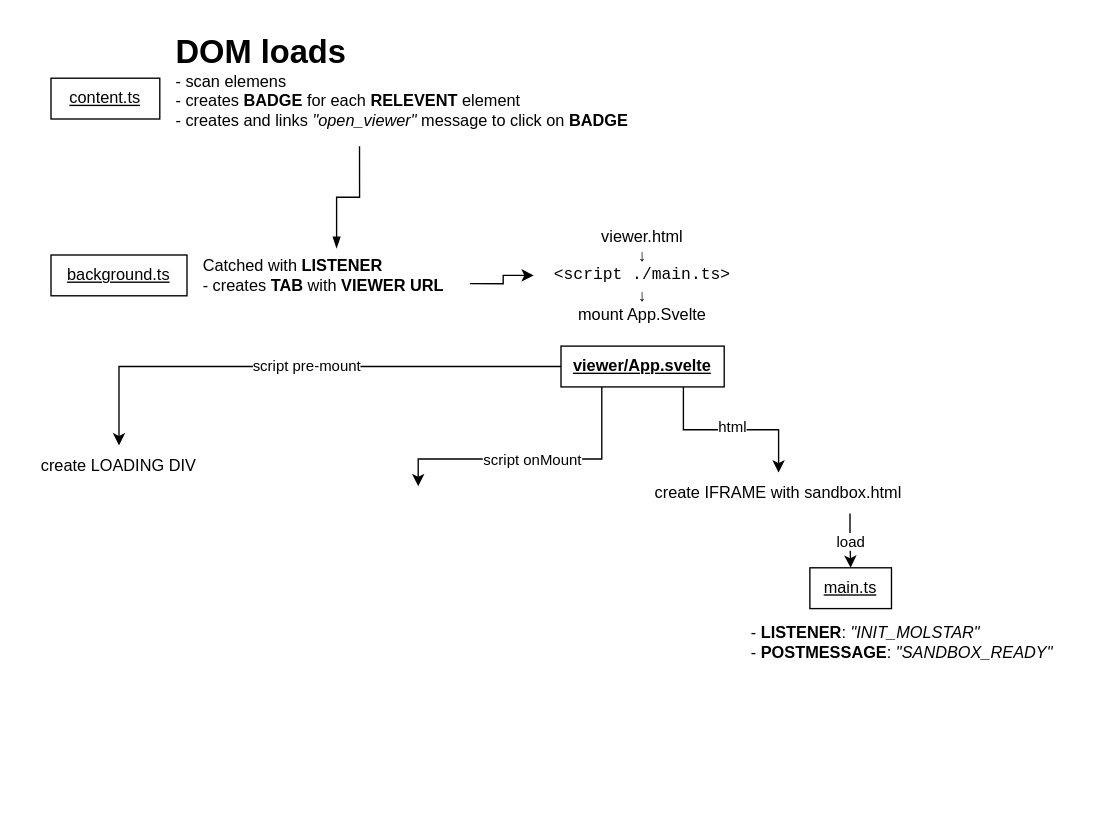
Before: assets/docs/badge-data-flow/badge-flow-diagram.drawio in MartinBaGar/Molstar_Linker, a draw.io diagram. Source tidied: cells renumbered, new cells numbered last; positions are measured from the earlier drawing's top-left corner, leaving out a move shared by most shapes. Both pictures are drawn from the tidied source at 136%, with x=0, y=0 at pixel (23, 23).
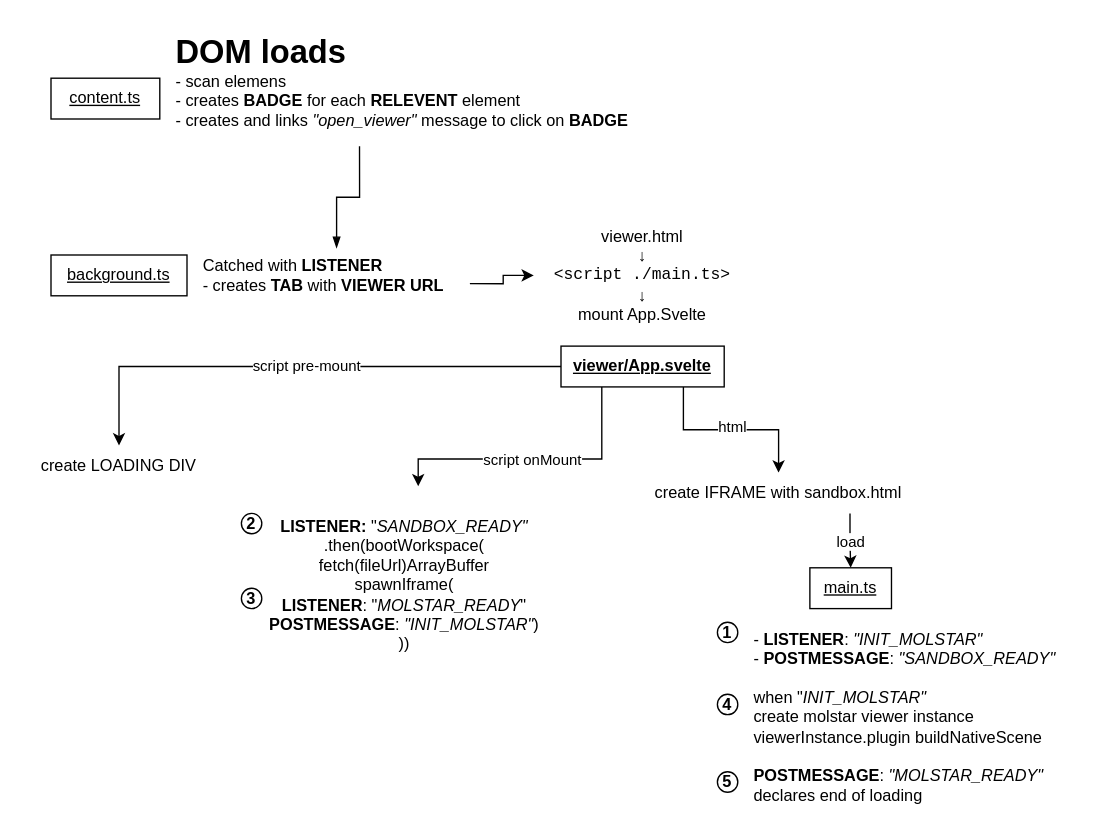
Above is the later version.

The edit, as a diff of the source:
```diff
@@
-    <mxCell id="21" value="- &lt;b&gt;LISTENER&lt;/b&gt;: &lt;i&gt;&quot;INIT_MOLSTAR&quot;&lt;/i&gt;&lt;div&gt;- &lt;b style=&quot;&quot;&gt;POSTMESSAGE&lt;/b&gt;: &lt;i&gt;&quot;SANDBOX_READY&quot;&lt;/i&gt;&lt;/div&gt;" style="text;html=1;whiteSpace=wrap;strokeColor=none;fillColor=none;align=left;verticalAlign=middle;rounded=0;" parent="1" vertex="1">
-      <mxGeometry x="533" y="435" width="250" height="40" as="geometry" />
+    <mxCell id="21" value="- &lt;b&gt;LISTENER&lt;/b&gt;: &lt;i&gt;&quot;INIT_MOLSTAR&quot;&lt;/i&gt;&lt;div&gt;&lt;div&gt;- &lt;b style=&quot;&quot;&gt;POSTMESSAGE&lt;/b&gt;: &lt;i&gt;&quot;SANDBOX_READY&quot;&lt;/i&gt;&lt;/div&gt;&lt;div&gt;&lt;br&gt;&lt;/div&gt;&lt;div&gt;when &quot;&lt;i&gt;INIT_MOLSTAR&quot;&lt;/i&gt;&lt;/div&gt;&lt;div&gt;create molstar viewer instance&lt;/div&gt;&lt;div&gt;viewerInstance.plugin buildNativeScene&lt;/div&gt;&lt;div&gt;&lt;br&gt;&lt;/div&gt;&lt;div&gt;&lt;b&gt;POSTMESSAGE&lt;/b&gt;: &lt;i&gt;&quot;MOLSTAR_READY&quot;&lt;/i&gt;&lt;/div&gt;&lt;/div&gt;&lt;div&gt;declares end of loading&lt;/div&gt;" style="text;html=1;whiteSpace=wrap;strokeColor=none;fillColor=none;align=left;verticalAlign=middle;rounded=0;" parent="1" vertex="1">
+      <mxGeometry x="535" y="440" width="250" height="140" as="geometry" />
     </mxCell>
+    <mxCell id="22" value="&lt;div&gt;&lt;b&gt;LISTENER:&lt;/b&gt;&amp;nbsp;&quot;&lt;i&gt;SANDBOX_READY&quot;&lt;/i&gt;&lt;/div&gt;&lt;div&gt;.then(bootWorkspace(&lt;/div&gt;&lt;div&gt;fetch(fileUrl)ArrayBuffer&lt;/div&gt;&lt;div&gt;&lt;span style=&quot;background-color: transparent; color: light-dark(rgb(0, 0, 0), rgb(255, 255, 255));&quot;&gt;spawnIframe(&lt;/span&gt;&lt;/div&gt;&lt;div&gt;&lt;b&gt;LISTENER&lt;/b&gt;: &quot;&lt;i&gt;MOLSTAR_READY&lt;/i&gt;&quot;&lt;/div&gt;&lt;div&gt;&lt;b&gt;POSTMESSAGE&lt;/b&gt;: &lt;i&gt;&quot;INIT_MOLSTAR&quot;&lt;/i&gt;)&lt;/div&gt;&lt;div&gt;))&lt;/div&gt;&lt;div&gt;&lt;br&gt;&lt;/div&gt;" style="text;html=1;whiteSpace=wrap;strokeColor=none;fillColor=none;align=center;verticalAlign=middle;rounded=0;" parent="1" vertex="1">
+      <mxGeometry x="140" y="400" width="280" height="40" as="geometry" />
+    </mxCell>
+    <mxCell id="23" value="&lt;b&gt;1&lt;/b&gt;" style="ellipse;whiteSpace=wrap;html=1;" parent="1" vertex="1">
+      <mxGeometry x="510" y="440" width="15" height="15" as="geometry" />
+    </mxCell>
+    <mxCell id="24" value="&lt;b&gt;2&lt;/b&gt;" style="ellipse;whiteSpace=wrap;html=1;" parent="1" vertex="1">
+      <mxGeometry x="160" y="360" width="15" height="15" as="geometry" />
+    </mxCell>
+    <mxCell id="25" value="&lt;b&gt;3&lt;/b&gt;" style="ellipse;whiteSpace=wrap;html=1;" parent="1" vertex="1">
+      <mxGeometry x="160" y="415" width="15" height="15" as="geometry" />
+    </mxCell>
+    <mxCell id="26" value="&lt;b&gt;4&lt;/b&gt;" style="ellipse;whiteSpace=wrap;html=1;" parent="1" vertex="1">
+      <mxGeometry x="510" y="493" width="15" height="15" as="geometry" />
+    </mxCell>
+    <mxCell id="27" value="&lt;b&gt;5&lt;/b&gt;" style="ellipse;whiteSpace=wrap;html=1;" parent="1" vertex="1">
+      <mxGeometry x="510" y="550" width="15" height="15" as="geometry" />
+    </mxCell>
```
